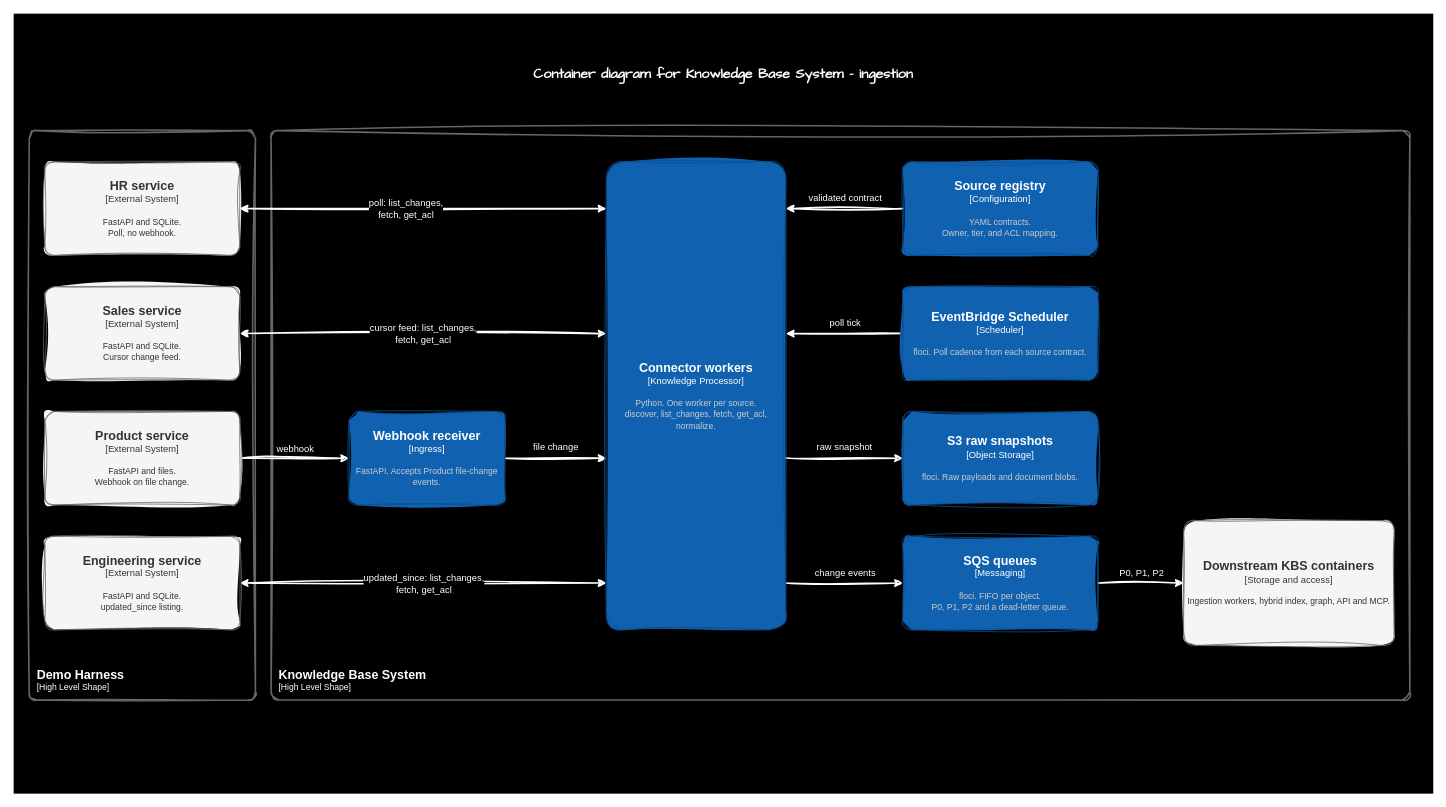
This is _docs/00--project-brief/01-c4-l2--container-connectors.drawio from paulAlexSerban/prj--knowledge-base-system, a draw.io file, before an edit. Source tidied: cells renumbered, new cells numbered last; positions are measured from the earlier drawing's top-left corner, leaving out a move shared by most shapes. Both pictures are drawn from the tidied source at 78%, with x=0, y=0 at pixel (13, 13).
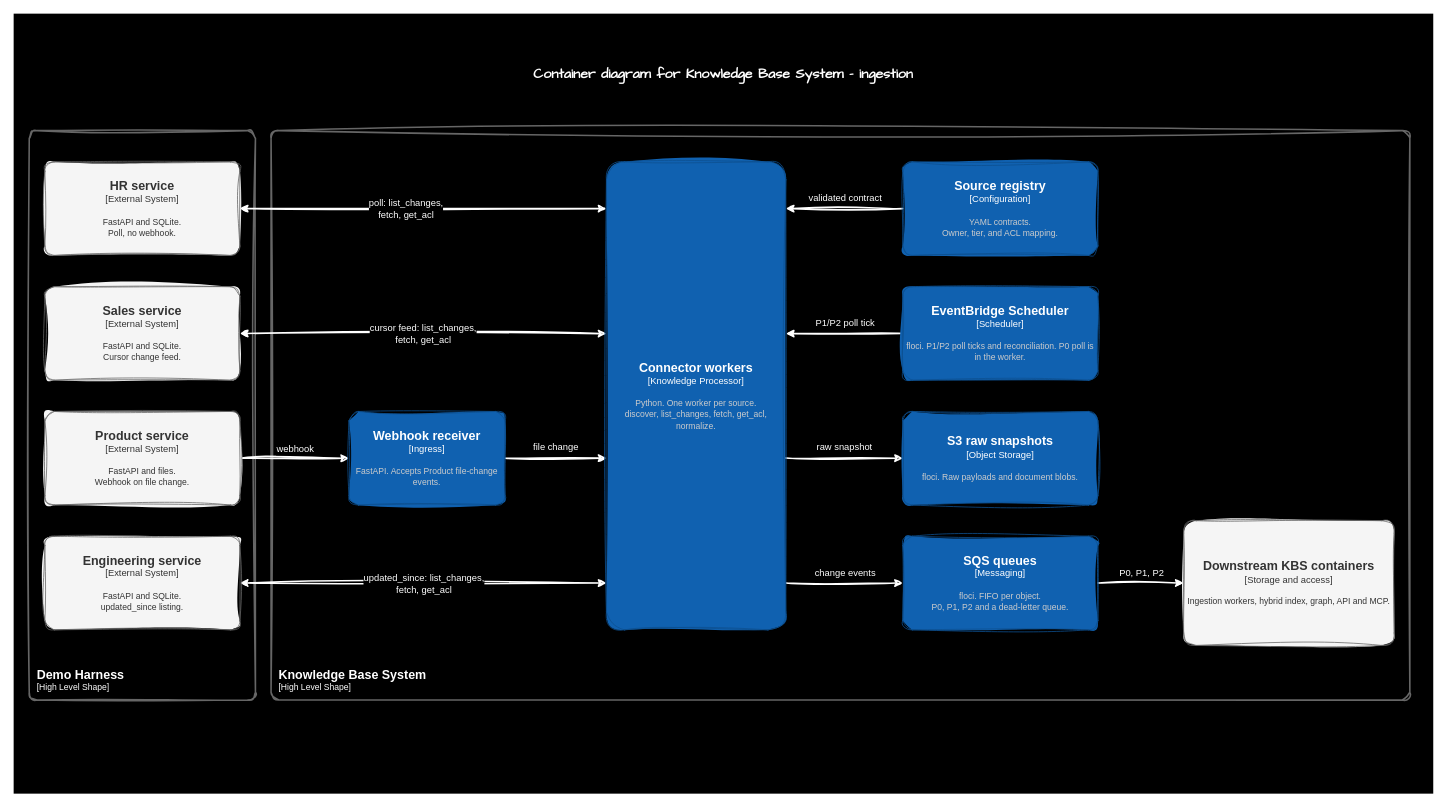
The same diagram, later.

The change refers to these unchanged cells:
```xml
<mxCell id="17" style="edgeStyle=none;html=1;startArrow=none;endArrow=classic;endFill=1;strokeWidth=2;strokeColor=#FFFFFF;sketch=1;curveFitting=1;jiggle=2;exitX=0;exitY=0.5;exitDx=0;exitDy=0;entryX=1;entryY=0.367;entryDx=0;entryDy=0;" parent="1" edge="1" source="32" target="30">
  <mxGeometry relative="1" as="geometry" />
</mxCell>
```

Diff of the diagram source:
```diff
@@
-    <mxCell id="18" value="poll tick" style="edgeLabel;html=1;align=center;verticalAlign=middle;labelBackgroundColor=#000000;fontColor=#FFFFFF;fontFamily=Helvetica;fontSize=12;" parent="17" vertex="1">
+    <mxCell id="18" value="P1/P2 poll tick" style="edgeLabel;html=1;align=center;verticalAlign=middle;labelBackgroundColor=#000000;fontColor=#FFFFFF;fontFamily=Helvetica;fontSize=12;" parent="17" vertex="1">
       <mxGeometry relative="1" as="geometry">
         <mxPoint y="-14" as="offset" />
       </mxGeometry>
     </mxCell>
@@
-    <object id="32" label="&lt;font style=&quot;font-size: 16px&quot;&gt;&lt;b&gt;%c4Name%&lt;/b&gt;&lt;/font&gt;&lt;div&gt;[%c4Type%]&lt;/div&gt;&lt;br style=&quot;font-size: 12px;&quot;&gt;&lt;div&gt;&lt;font style=&quot;font-size: 11px&quot;&gt;&lt;font color=&quot;#cccccc&quot;&gt;%c4Description%&lt;/font&gt;&lt;/font&gt;&lt;/div&gt;" c4Description="floci. Poll cadence from each source contract." c4Name="EventBridge Scheduler" c4Type="Scheduler" placeholders="1">
+    <object id="32" label="&lt;font style=&quot;font-size: 16px&quot;&gt;&lt;b&gt;%c4Name%&lt;/b&gt;&lt;/font&gt;&lt;div&gt;[%c4Type%]&lt;/div&gt;&lt;br style=&quot;font-size: 12px;&quot;&gt;&lt;div&gt;&lt;font style=&quot;font-size: 11px&quot;&gt;&lt;font color=&quot;#cccccc&quot;&gt;%c4Description%&lt;/font&gt;&lt;/font&gt;&lt;/div&gt;" c4Description="floci. P1/P2 poll ticks and reconciliation. P0 poll is in the worker." c4Name="EventBridge Scheduler" c4Type="Scheduler" placeholders="1">
       <mxCell style="rounded=1;whiteSpace=wrap;html=1;labelBackgroundColor=none;fillColor=#1061B0;fontColor=#ffffff;align=center;arcSize=10;strokeColor=#0D5091;points=[[0.25,0,0],[0.5,0,0],[0.75,0,0],[1,0.25,0],[1,0.5,0],[1,0.75,0],[0.75,1,0],[0.5,1,0],[0.25,1,0],[0,0.75,0],[0,0.5,0],[0,0.25,0]];fontFamily=Helvetica;sketch=1;curveFitting=1;jiggle=2;fillStyle=solid;" parent="1" vertex="1">
         <mxGeometry x="1140" y="350" width="250" height="120" as="geometry" />
       </mxCell>
     </object>
```
